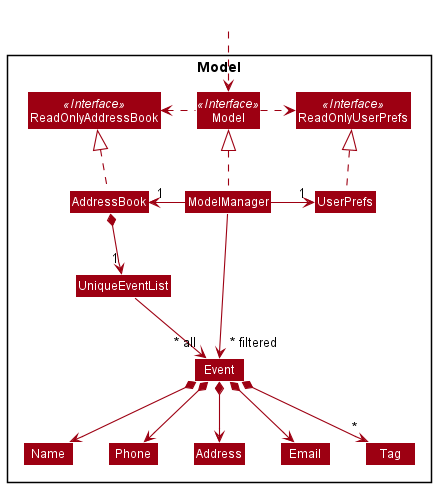
ruthpohrp/tp keeps this PlantUML diagram as docs/images/ModelClassDiagram.png. Above is the earlier version.
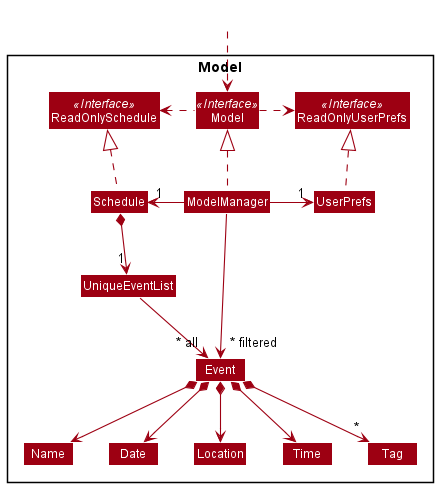
Later version of the same file.

What changed in the source:
```diff
@@ -5,11 +5,11 @@
 skinparam classBackgroundColor MODEL_COLOR
 
 Package Model <<Rectangle>>{
-Interface ReadOnlyAddressBook <<Interface>>
+Interface ReadOnlySchedule <<Interface>>
 Interface ReadOnlyUserPrefs <<Interface>>
 Interface Model <<Interface>>
-Class AddressBook
-Class ReadOnlyAddressBook
+Class Schedule
+Class ReadOnlySchedule
 Class Model
 Class ModelManager
 Class UserPrefs
@@ -18,10 +18,10 @@
 
 Class UniqueEventList
 Class Event
-Class Address
-Class Email
+Class Location
+Class Time
 Class Name
-Class Phone
+Class Date
 Class Tag
 
 }
@@ -29,26 +29,26 @@
 Class HiddenOutside #FFFFFF
 HiddenOutside ..> Model
 
-AddressBook .up.|> ReadOnlyAddressBook
+Schedule .up.|> ReadOnlySchedule
 
 ModelManager .up.|> Model
 Model .right.> ReadOnlyUserPrefs
-Model .left.> ReadOnlyAddressBook
-ModelManager -left-> "1" AddressBook
+Model .left.> ReadOnlySchedule
+ModelManager -left-> "1" Schedule
 ModelManager -right-> "1" UserPrefs
 UserPrefs .up.|> ReadOnlyUserPrefs
 
-AddressBook *--> "1" UniqueEventList
+Schedule *--> "1" UniqueEventList
 UniqueEventList --> "~* all" Event
 Event *--> Name
-Event *--> Phone
-Event *--> Email
-Event *--> Address
+Event *--> Date
+Event *--> Time
+Event *--> Location
 Event *--> "*" Tag
 
-Name -[hidden]right-> Phone
-Phone -[hidden]right-> Address
-Address -[hidden]right-> Email
+Name -[hidden]right-> Date
+Date -[hidden]right-> Location
+Location -[hidden]right-> Time
 
 ModelManager -->"~* filtered" Event
 @enduml
```
